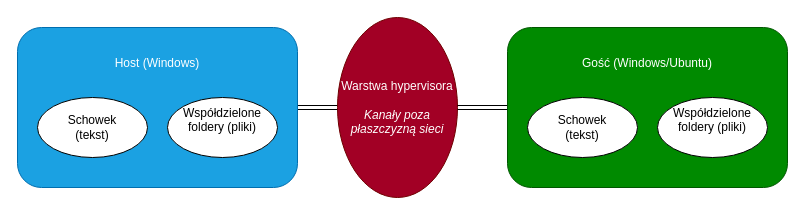
Above: Diagrams/Clipboard/Shared_folders.drawio in mdkochanowicz/Security-of-Operating-Systems-in-Virtual-Environments (draw.io), before the change. Source tidied: cells renumbered, new cells numbered last; positions are measured from the earlier drawing's top-left corner, leaving out a move shared by most shapes. Both pictures are drawn from the tidied source at 100%, with x=0, y=0 at pixel (17, 17).
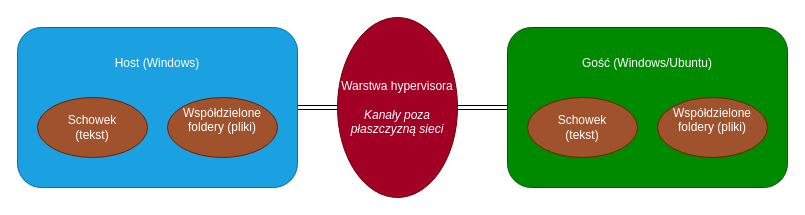
Above is the later version.

The edit, as a diff of the source:
```diff
@@
 <mxGraphModel>
   <root>
     <mxCell id="0" />
     <mxCell id="1" parent="0" />
     <mxCell id="2" style="edgeStyle=orthogonalEdgeStyle;rounded=0;jettySize=auto;html=1;shape=link;" parent="1" edge="1" source="3" target="6">
       <mxGeometry relative="1" as="geometry" />
     </mxCell>
     <mxCell id="3" value="&lt;div&gt;Host (Windows)&lt;/div&gt;" style="rounded=1;whiteSpace=wrap;html=1;verticalAlign=top;spacingTop=22;fillColor=#1ba1e2;fontColor=#ffffff;strokeColor=#006EAF;" parent="1" vertex="1">
       <mxGeometry y="10" width="280" height="160" as="geometry" />
     </mxCell>
-    <mxCell id="4" value="&lt;div&gt;Schowek&lt;/div&gt;&lt;div&gt;(tekst)&lt;/div&gt;" style="ellipse;whiteSpace=wrap;html=1;" parent="1" vertex="1">
+    <mxCell id="4" value="&lt;div&gt;Schowek&lt;/div&gt;&lt;div&gt;(tekst)&lt;/div&gt;" style="ellipse;whiteSpace=wrap;html=1;fillColor=#a0522d;fontColor=#ffffff;strokeColor=#6D1F00;" parent="1" vertex="1">
       <mxGeometry x="20" y="80" width="110" height="60" as="geometry" />
     </mxCell>
-    <mxCell id="5" value="&#10;Współdzielone foldery (pliki)&#10;&#10;" style="ellipse;whiteSpace=wrap;html=1;" parent="1" vertex="1">
+    <mxCell id="5" value="&#10;Współdzielone foldery (pliki)&#10;&#10;" style="ellipse;whiteSpace=wrap;html=1;fillColor=#a0522d;fontColor=#ffffff;strokeColor=#6D1F00;" parent="1" vertex="1">
       <mxGeometry x="150" y="80" width="110" height="60" as="geometry" />
     </mxCell>
     <mxCell id="6" value="&lt;div&gt;Warstwa hypervisora&lt;/div&gt;&lt;div&gt;&lt;br&gt;&lt;/div&gt;&lt;div&gt;&lt;i&gt;Kanały poza płaszczyzną sieci&lt;/i&gt;&lt;/div&gt;" style="ellipse;whiteSpace=wrap;html=1;fillColor=#a20025;fontColor=#ffffff;strokeColor=#6F0000;" parent="1" vertex="1">
       <mxGeometry x="320" width="120" height="180" as="geometry" />
     </mxCell>
     <mxCell id="7" style="edgeStyle=orthogonalEdgeStyle;rounded=0;jettySize=auto;html=1;shape=link;" parent="1" edge="1" source="8" target="6">
       <mxGeometry relative="1" as="geometry" />
     </mxCell>
     <mxCell id="8" value="&lt;div&gt;Gość (Windows/Ubuntu)&lt;/div&gt;" style="rounded=1;whiteSpace=wrap;html=1;verticalAlign=top;spacingTop=22;fillColor=#008a00;fontColor=#ffffff;strokeColor=#005700;" parent="1" vertex="1">
       <mxGeometry x="490" y="10" width="280" height="160" as="geometry" />
     </mxCell>
-    <mxCell id="9" value="&lt;div&gt;Schowek&lt;/div&gt;&lt;div&gt;(tekst)&lt;/div&gt;" style="ellipse;whiteSpace=wrap;html=1;" parent="1" vertex="1">
+    <mxCell id="9" value="&lt;div&gt;Schowek&lt;/div&gt;&lt;div&gt;(tekst)&lt;/div&gt;" style="ellipse;whiteSpace=wrap;html=1;fillColor=#a0522d;fontColor=#ffffff;strokeColor=#6D1F00;" parent="1" vertex="1">
       <mxGeometry x="510" y="80" width="110" height="60" as="geometry" />
     </mxCell>
-    <mxCell id="10" value="&#10;Współdzielone foldery (pliki)&#10;&#10;" style="ellipse;whiteSpace=wrap;html=1;" parent="1" vertex="1">
+    <mxCell id="10" value="&#10;Współdzielone foldery (pliki)&#10;&#10;" style="ellipse;whiteSpace=wrap;html=1;fillColor=#a0522d;fontColor=#ffffff;strokeColor=#6D1F00;" parent="1" vertex="1">
       <mxGeometry x="640" y="80" width="110" height="60" as="geometry" />
     </mxCell>
   </root>
 </mxGraphModel>
```
